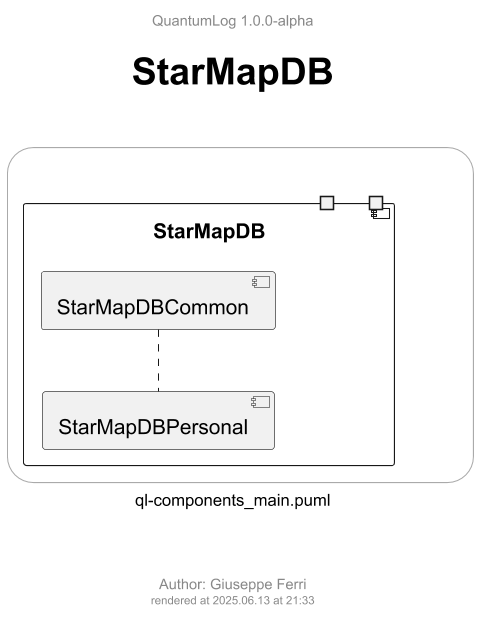
The PlantUML diagram out/ql-diagram/ql-components_main_starmapdb.png in JoeFerri/QuantumLog, before a commit. The source it was exported from:
```plantuml
@startuml ql-components_main_starmapdb
!$title = "StarMapDB"
!$author = "Giuseppe Ferri"

!include templates/ql-template-main.puml

rectangle r <<frame>> {

  component [StarMapDB] {
    port PStarMapDBOut1
    port    PStarMapDBOut2

      component [StarMapDBCommon]
      component [StarMapDBPersonal]
      StarMapDBCommon .. StarMapDBPersonal
  }

}

@enduml
```
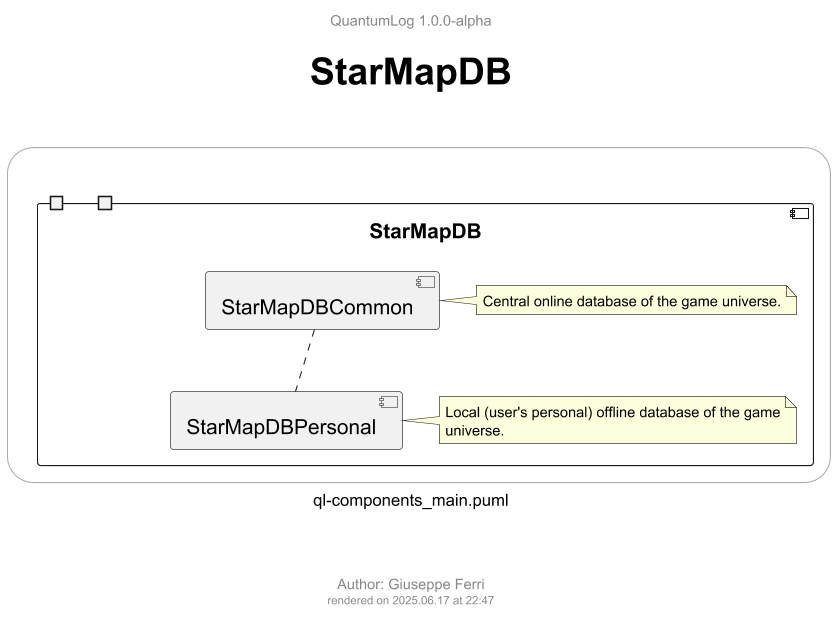
The same file after the commit.

What changed in the source:
```diff
@@ -2,19 +2,25 @@
 !$title = "StarMapDB"
 !$author = "Giuseppe Ferri"
 
-!include templates/ql-template-main.puml
+!include templates/ql-template-main.iuml
+!include templates/styles/ql-style-lib.iuml
 
 rectangle r <<frame>> {
 
   component [StarMapDB] {
     port PStarMapDBOut1
-    port    PStarMapDBOut2
+    port PStarMapDBOut2
 
       component [StarMapDBCommon]
+        !$note = "Central online database of the game universe."
+        $qlNoteRel(nStarMapDBCommon, [StarMapDBCommon], ".l.", $note)
+
       component [StarMapDBPersonal]
+        !$note = "Local (user's personal) offline database of the game universe."
+        $qlNoteRel(nStarMapDBPersonal, [StarMapDBPersonal], ".l.", $note)
+
       StarMapDBCommon .. StarMapDBPersonal
   }
-
 }
 
 @enduml
```
